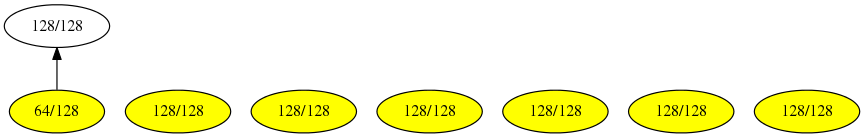
This is GuiTool/image/Remia/RemiaHeapDot.png from iitramar/guiTool, a Graphviz export, as it was before one commit. Its source is kept beside it as GuiTool/image/Remia/RemiaHeapDot.dot.
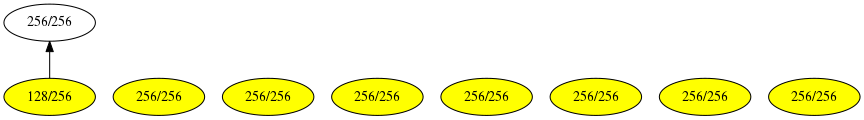
Later version of the same file.

Diff of the diagram source:
```diff
@@ -1,19 +1,21 @@
 digraph G {
 rankdir = BT;
-101[label= " 128/128 " ];
-202[label= " 64/128 " ];
+101[label= " 256/256 " ];
+202[label= " 128/256 " ];
 202->101
 202[style=filled, fillcolor=yellow];
-201[label= " 128/128 " ];
+201[label= " 256/256 " ];
 201[style=filled, fillcolor=yellow];
-301[label= " 128/128 " ];
+301[label= " 256/256 " ];
 301[style=filled, fillcolor=yellow];
-401[label= " 128/128 " ];
+401[label= " 256/256 " ];
 401[style=filled, fillcolor=yellow];
-501[label= " 128/128 " ];
+501[label= " 256/256 " ];
 501[style=filled, fillcolor=yellow];
-601[label= " 128/128 " ];
+601[label= " 256/256 " ];
 601[style=filled, fillcolor=yellow];
-701[label= " 128/128 " ];
+701[label= " 256/256 " ];
 701[style=filled, fillcolor=yellow];
+801[label= " 256/256 " ];
+801[style=filled, fillcolor=yellow];
 }
```
